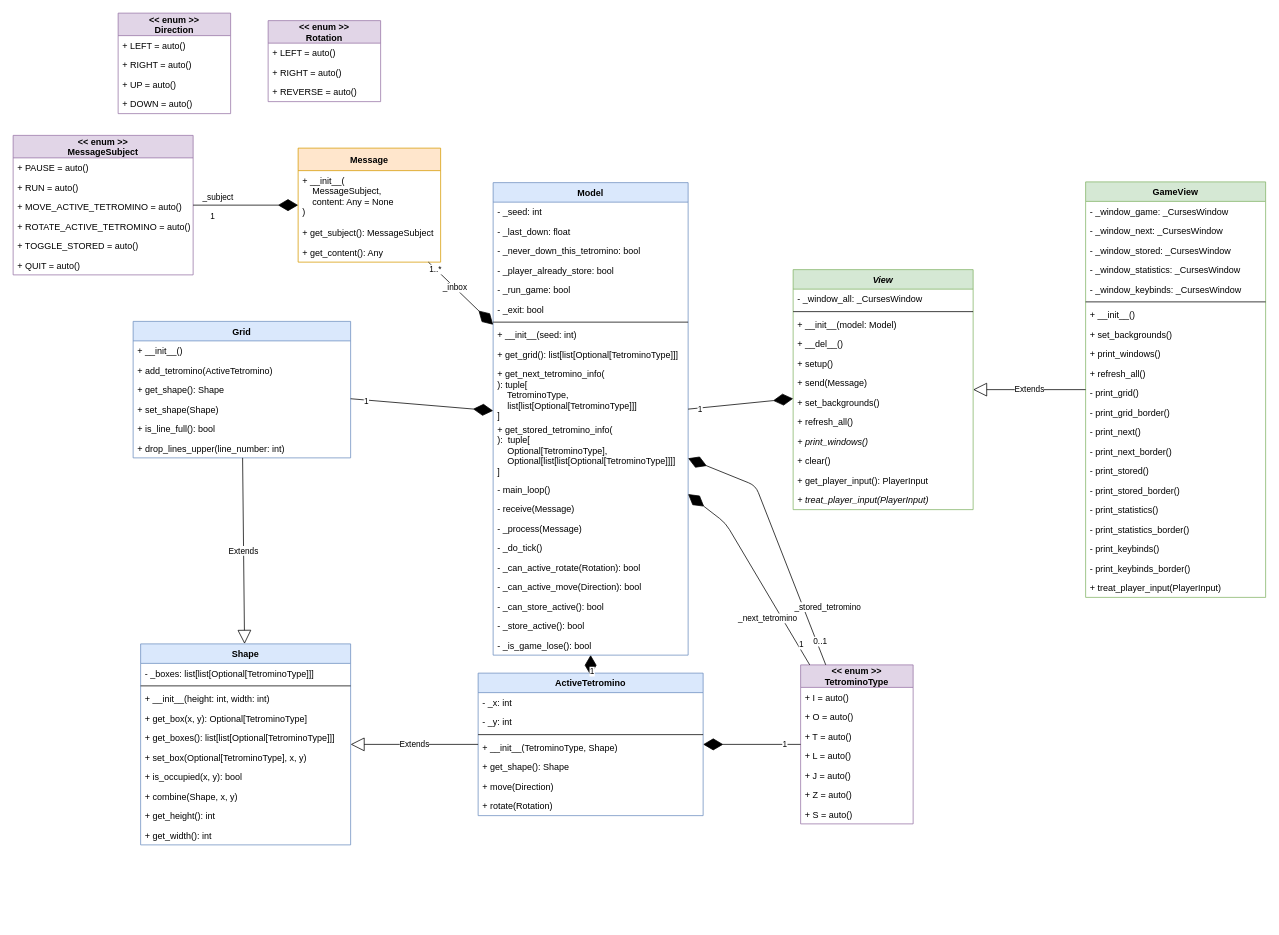
Above: information/class diagram.drawio in le-chartreux/Tertris (draw.io), before the change. Source tidied: cells renumbered, new cells numbered last; positions are measured from the earlier drawing's top-left corner, leaving out a move shared by most shapes. Both pictures are drawn from the tidied source at 75%, with x=0, y=0 at pixel (13, 13).
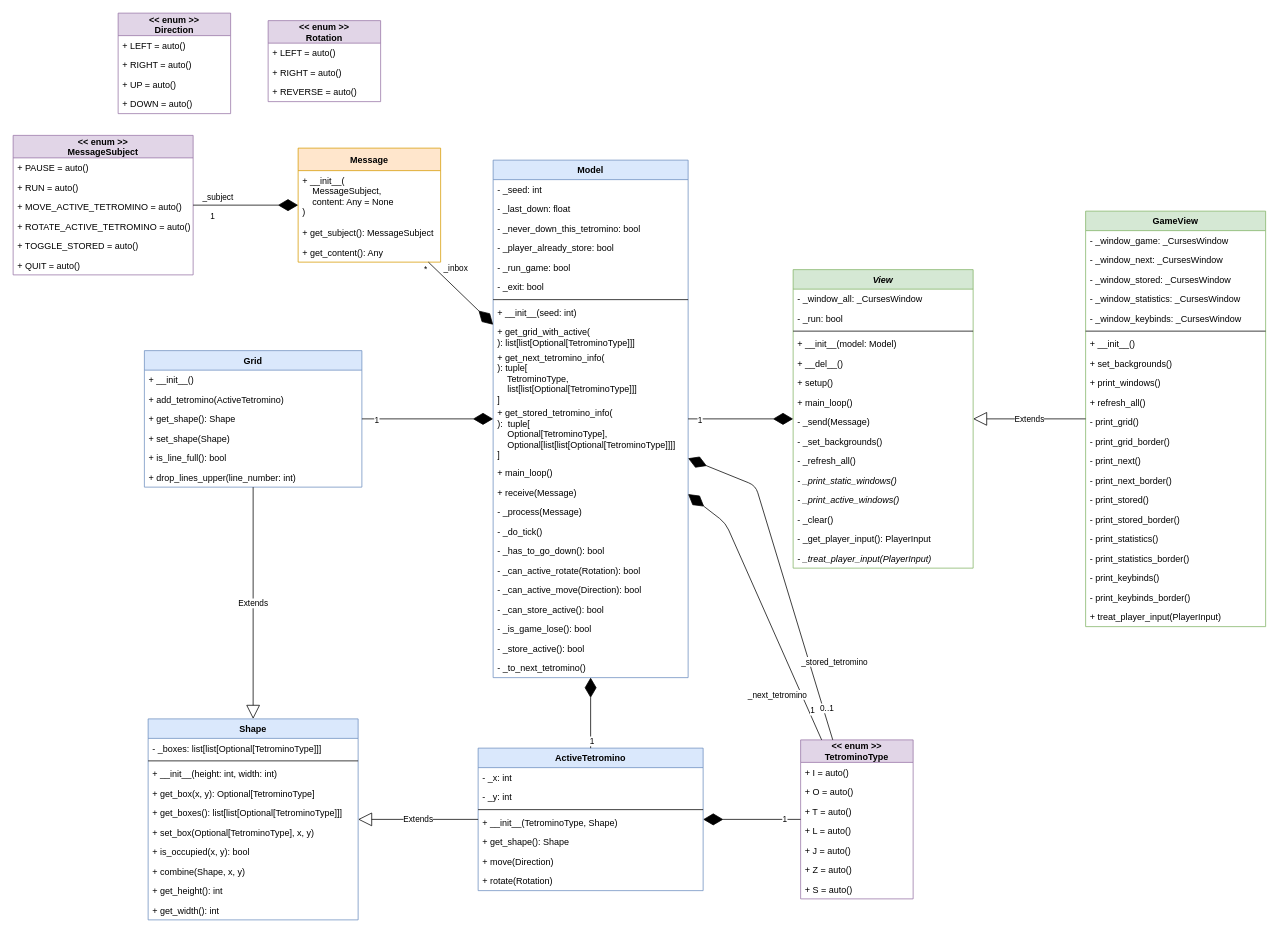
After the change.

Commit message (it also covers changes not shown here):
storing a tetromino now works

Unchanged cells that the change refers to:
```xml
<mxCell id="126" style="endArrow=diamondThin;endFill=1;endSize=24;html=1;" parent="1" edge="1" source="36" target="2">
  <mxGeometry relative="1" as="geometry">
    <Array as="points">
      <mxPoint x="950" y="680" />
    </Array>
  </mxGeometry>
</mxCell>
<mxCell id="132" style="endArrow=diamondThin;endFill=1;endSize=24;html=1;" parent="1" edge="1" source="46" target="2">
  <mxGeometry relative="1" as="geometry" />
</mxCell>
```

The edit, as a diff of the source:
```diff
@@
     <mxCell id="2" value="Model" style="swimlane;fontStyle=1;align=center;verticalAlign=top;horizontal=1;startSize=26;fillColor=#dae8fc;strokeColor=#6c8ebf;" parent="1" vertex="1">
-      <mxGeometry x="640" y="226" width="260" height="630" as="geometry" />
+      <mxGeometry x="640" y="196" width="260" height="690" as="geometry" />
     </mxCell>
@@
-    <mxCell id="11" value="+ get_grid(): list[list[Optional[TetrominoType]]]" style="text;strokeColor=none;fillColor=none;align=left;verticalAlign=top;spacingLeft=4;spacingRight=4;overflow=hidden;" parent="2" vertex="1">
-      <mxGeometry y="216" width="260" height="26" as="geometry" />
+    <mxCell id="11" value="+ get_grid_with_active(&#10;): list[list[Optional[TetrominoType]]]" style="text;strokeColor=none;fillColor=none;align=left;verticalAlign=top;spacingLeft=4;spacingRight=4;overflow=hidden;" parent="2" vertex="1">
+      <mxGeometry y="216" width="260" height="34" as="geometry" />
     </mxCell>
     <mxCell id="12" value="+ get_next_tetromino_info(&#10;): tuple[&#10;    TetrominoType, &#10;    list[list[Optional[TetrominoType]]]&#10;]" style="text;strokeColor=none;fillColor=none;align=left;verticalAlign=top;spacingLeft=4;spacingRight=4;overflow=hidden;" parent="2" vertex="1">
-      <mxGeometry y="242" width="260" height="74" as="geometry" />
+      <mxGeometry y="250" width="260" height="74" as="geometry" />
     </mxCell>
     <mxCell id="13" value="+ get_stored_tetromino_info(&#10;):  tuple[&#10;    Optional[TetrominoType],&#10;    Optional[list[list[Optional[TetrominoType]]]]&#10;]" style="text;strokeColor=none;fillColor=none;align=left;verticalAlign=top;spacingLeft=4;spacingRight=4;overflow=hidden;" parent="2" vertex="1">
-      <mxGeometry y="316" width="260" height="80" as="geometry" />
+      <mxGeometry y="324" width="260" height="80" as="geometry" />
     </mxCell>
-    <mxCell id="14" value="- main_loop()" style="text;strokeColor=none;fillColor=none;align=left;verticalAlign=top;spacingLeft=4;spacingRight=4;overflow=hidden;" parent="2" vertex="1">
-      <mxGeometry y="396" width="260" height="26" as="geometry" />
+    <mxCell id="14" value="+ main_loop()" style="text;strokeColor=none;fillColor=none;align=left;verticalAlign=top;spacingLeft=4;spacingRight=4;overflow=hidden;" parent="2" vertex="1">
+      <mxGeometry y="404" width="260" height="26" as="geometry" />
     </mxCell>
-    <mxCell id="15" value="- receive(Message)" style="text;strokeColor=none;fillColor=none;align=left;verticalAlign=top;spacingLeft=4;spacingRight=4;overflow=hidden;" parent="2" vertex="1">
-      <mxGeometry y="422" width="260" height="26" as="geometry" />
+    <mxCell id="15" value="+ receive(Message)" style="text;strokeColor=none;fillColor=none;align=left;verticalAlign=top;spacingLeft=4;spacingRight=4;overflow=hidden;" parent="2" vertex="1">
+      <mxGeometry y="430" width="260" height="26" as="geometry" />
     </mxCell>
     <mxCell id="16" value="- _process(Message)" style="text;strokeColor=none;fillColor=none;align=left;verticalAlign=top;spacingLeft=4;spacingRight=4;overflow=hidden;" parent="2" vertex="1">
-      <mxGeometry y="448" width="260" height="26" as="geometry" />
+      <mxGeometry y="456" width="260" height="26" as="geometry" />
     </mxCell>
     <mxCell id="17" value="- _do_tick()" style="text;strokeColor=none;fillColor=none;align=left;verticalAlign=top;spacingLeft=4;spacingRight=4;overflow=hidden;" parent="2" vertex="1">
-      <mxGeometry y="474" width="260" height="26" as="geometry" />
+      <mxGeometry y="482" width="260" height="26" as="geometry" />
     </mxCell>
+    <mxCell id="135" value="- _has_to_go_down(): bool" style="text;strokeColor=none;fillColor=none;align=left;verticalAlign=top;spacingLeft=4;spacingRight=4;overflow=hidden;" parent="2" vertex="1">
+      <mxGeometry y="508" width="260" height="26" as="geometry" />
+    </mxCell>
     <mxCell id="18" value="- _can_active_rotate(Rotation): bool" style="text;strokeColor=none;fillColor=none;align=left;verticalAlign=top;spacingLeft=4;spacingRight=4;overflow=hidden;" parent="2" vertex="1">
-      <mxGeometry y="500" width="260" height="26" as="geometry" />
+      <mxGeometry y="534" width="260" height="26" as="geometry" />
     </mxCell>
     <mxCell id="19" value="- _can_active_move(Direction): bool" style="text;strokeColor=none;fillColor=none;align=left;verticalAlign=top;spacingLeft=4;spacingRight=4;overflow=hidden;" parent="2" vertex="1">
-      <mxGeometry y="526" width="260" height="26" as="geometry" />
+      <mxGeometry y="560" width="260" height="26" as="geometry" />
     </mxCell>
     <mxCell id="20" value="- _can_store_active(): bool" style="text;strokeColor=none;fillColor=none;align=left;verticalAlign=top;spacingLeft=4;spacingRight=4;overflow=hidden;" parent="2" vertex="1">
-      <mxGeometry y="552" width="260" height="26" as="geometry" />
+      <mxGeometry y="586" width="260" height="26" as="geometry" />
     </mxCell>
+    <mxCell id="22" value="- _is_game_lose(): bool" style="text;strokeColor=none;fillColor=none;align=left;verticalAlign=top;spacingLeft=4;spacingRight=4;overflow=hidden;" parent="2" vertex="1">
+      <mxGeometry y="612" width="260" height="26" as="geometry" />
+    </mxCell>
     <mxCell id="21" value="- _store_active(): bool" style="text;strokeColor=none;fillColor=none;align=left;verticalAlign=top;spacingLeft=4;spacingRight=4;overflow=hidden;" parent="2" vertex="1">
-      <mxGeometry y="578" width="260" height="26" as="geometry" />
+      <mxGeometry y="638" width="260" height="26" as="geometry" />
     </mxCell>
-    <mxCell id="22" value="- _is_game_lose(): bool" style="text;strokeColor=none;fillColor=none;align=left;verticalAlign=top;spacingLeft=4;spacingRight=4;overflow=hidden;" parent="2" vertex="1">
-      <mxGeometry y="604" width="260" height="26" as="geometry" />
-    </mxCell>
+    <mxCell id="136" value="- _to_next_tetromino()" style="text;strokeColor=none;fillColor=none;align=left;verticalAlign=top;spacingLeft=4;spacingRight=4;overflow=hidden;" parent="2" vertex="1">
+      <mxGeometry y="664" width="260" height="26" as="geometry" />
+    </mxCell>
     <mxCell id="23" value="View" style="swimlane;fontStyle=3;align=center;verticalAlign=top;horizontal=1;startSize=26;fillColor=#d5e8d4;strokeColor=#82b366;" parent="1" vertex="1">
-      <mxGeometry x="1040" y="342" width="240" height="320" as="geometry" />
+      <mxGeometry x="1040" y="342" width="240" height="398" as="geometry" />
     </mxCell>
@@
+    <mxCell id="137" value="- _run: bool" style="text;strokeColor=none;fillColor=none;align=left;verticalAlign=top;spacingLeft=4;spacingRight=4;overflow=hidden;" parent="23" vertex="1">
+      <mxGeometry y="52" width="240" height="26" as="geometry" />
+    </mxCell>
     <mxCell id="25" style="line;strokeWidth=1;fillColor=none;align=left;verticalAlign=middle;spacingTop=-1;spacingLeft=3;spacingRight=3;labelPosition=right;" parent="23" vertex="1">
-      <mxGeometry y="52" width="240" height="8" as="geometry" />
+      <mxGeometry y="78" width="240" height="8" as="geometry" />
     </mxCell>
     <mxCell id="26" value="+ __init__(model: Model)" style="text;strokeColor=none;fillColor=none;align=left;verticalAlign=top;spacingLeft=4;spacingRight=4;overflow=hidden;" parent="23" vertex="1">
-      <mxGeometry y="60" width="240" height="26" as="geometry" />
+      <mxGeometry y="86" width="240" height="26" as="geometry" />
     </mxCell>
     <mxCell id="27" value="+ __del__()" style="text;strokeColor=none;fillColor=none;align=left;verticalAlign=top;spacingLeft=4;spacingRight=4;overflow=hidden;" parent="23" vertex="1">
-      <mxGeometry y="86" width="240" height="26" as="geometry" />
+      <mxGeometry y="112" width="240" height="26" as="geometry" />
     </mxCell>
     <mxCell id="28" value="+ setup()" style="text;strokeColor=none;fillColor=none;align=left;verticalAlign=top;spacingLeft=4;spacingRight=4;overflow=hidden;" parent="23" vertex="1">
-      <mxGeometry y="112" width="240" height="26" as="geometry" />
+      <mxGeometry y="138" width="240" height="26" as="geometry" />
     </mxCell>
+    <mxCell id="138" value="+ main_loop()" style="text;strokeColor=none;fillColor=none;align=left;verticalAlign=top;spacingLeft=4;spacingRight=4;overflow=hidden;" parent="23" vertex="1">
+      <mxGeometry y="164" width="240" height="26" as="geometry" />
+    </mxCell>
-    <mxCell id="29" value="+ send(Message)" style="text;strokeColor=none;fillColor=none;align=left;verticalAlign=top;spacingLeft=4;spacingRight=4;overflow=hidden;" parent="23" vertex="1">
-      <mxGeometry y="138" width="240" height="26" as="geometry" />
+    <mxCell id="29" value="- _send(Message)" style="text;strokeColor=none;fillColor=none;align=left;verticalAlign=top;spacingLeft=4;spacingRight=4;overflow=hidden;" parent="23" vertex="1">
+      <mxGeometry y="190" width="240" height="26" as="geometry" />
     </mxCell>
-    <mxCell id="30" value="+ set_backgrounds()" style="text;strokeColor=none;fillColor=none;align=left;verticalAlign=top;spacingLeft=4;spacingRight=4;overflow=hidden;" parent="23" vertex="1">
-      <mxGeometry y="164" width="240" height="26" as="geometry" />
+    <mxCell id="30" value="- _set_backgrounds()" style="text;strokeColor=none;fillColor=none;align=left;verticalAlign=top;spacingLeft=4;spacingRight=4;overflow=hidden;" parent="23" vertex="1">
+      <mxGeometry y="216" width="240" height="26" as="geometry" />
     </mxCell>
-    <mxCell id="31" value="+ refresh_all()" style="text;strokeColor=none;fillColor=none;align=left;verticalAlign=top;spacingLeft=4;spacingRight=4;overflow=hidden;" parent="23" vertex="1">
-      <mxGeometry y="190" width="240" height="26" as="geometry" />
+    <mxCell id="31" value="- _refresh_all()" style="text;strokeColor=none;fillColor=none;align=left;verticalAlign=top;spacingLeft=4;spacingRight=4;overflow=hidden;" parent="23" vertex="1">
+      <mxGeometry y="242" width="240" height="26" as="geometry" />
     </mxCell>
-    <mxCell id="32" value="+ print_windows()" style="text;strokeColor=none;fillColor=none;align=left;verticalAlign=top;spacingLeft=4;spacingRight=4;overflow=hidden;fontStyle=2;" parent="23" vertex="1">
-      <mxGeometry y="216" width="240" height="26" as="geometry" />
+    <mxCell id="32" value="- _print_static_windows()" style="text;strokeColor=none;fillColor=none;align=left;verticalAlign=top;spacingLeft=4;spacingRight=4;overflow=hidden;fontStyle=2;" parent="23" vertex="1">
+      <mxGeometry y="268" width="240" height="26" as="geometry" />
     </mxCell>
+    <mxCell id="139" value="- _print_active_windows()" style="text;strokeColor=none;fillColor=none;align=left;verticalAlign=top;spacingLeft=4;spacingRight=4;overflow=hidden;fontStyle=2;" parent="23" vertex="1">
+      <mxGeometry y="294" width="240" height="26" as="geometry" />
+    </mxCell>
-    <mxCell id="33" value="+ clear()" style="text;strokeColor=none;fillColor=none;align=left;verticalAlign=top;spacingLeft=4;spacingRight=4;overflow=hidden;" parent="23" vertex="1">
-      <mxGeometry y="242" width="240" height="26" as="geometry" />
+    <mxCell id="33" value="- _clear()" style="text;strokeColor=none;fillColor=none;align=left;verticalAlign=top;spacingLeft=4;spacingRight=4;overflow=hidden;" parent="23" vertex="1">
+      <mxGeometry y="320" width="240" height="26" as="geometry" />
     </mxCell>
-    <mxCell id="34" value="+ get_player_input(): PlayerInput" style="text;strokeColor=none;fillColor=none;align=left;verticalAlign=top;spacingLeft=4;spacingRight=4;overflow=hidden;" parent="23" vertex="1">
-      <mxGeometry y="268" width="240" height="26" as="geometry" />
+    <mxCell id="34" value="- _get_player_input(): PlayerInput" style="text;strokeColor=none;fillColor=none;align=left;verticalAlign=top;spacingLeft=4;spacingRight=4;overflow=hidden;" parent="23" vertex="1">
+      <mxGeometry y="346" width="240" height="26" as="geometry" />
     </mxCell>
-    <mxCell id="35" value="+ treat_player_input(PlayerInput)" style="text;strokeColor=none;fillColor=none;align=left;verticalAlign=top;spacingLeft=4;spacingRight=4;overflow=hidden;fontStyle=2;" parent="23" vertex="1">
-      <mxGeometry y="294" width="240" height="26" as="geometry" />
+    <mxCell id="35" value="- _treat_player_input(PlayerInput)" style="text;strokeColor=none;fillColor=none;align=left;verticalAlign=top;spacingLeft=4;spacingRight=4;overflow=hidden;fontStyle=2;" parent="23" vertex="1">
+      <mxGeometry y="372" width="240" height="26" as="geometry" />
     </mxCell>
     <mxCell id="36" value="&lt;&lt; enum &gt;&gt;&#10;TetrominoType" style="swimlane;fontStyle=1;horizontal=1;startSize=30;fillColor=#e1d5e7;rounded=0;strokeColor=#9673a6;" parent="1" vertex="1">
-      <mxGeometry x="1050" y="869" width="150" height="212" as="geometry" />
+      <mxGeometry x="1050" y="969" width="150" height="212" as="geometry" />
     </mxCell>
@@
     <mxCell id="59" value="Grid" style="swimlane;fontStyle=1;align=center;verticalAlign=top;horizontal=1;startSize=26;fillColor=#dae8fc;strokeColor=#6c8ebf;" parent="1" vertex="1">
-      <mxGeometry x="160" y="411" width="290" height="182" as="geometry" />
+      <mxGeometry x="175" y="450" width="290" height="182" as="geometry" />
     </mxCell>
@@
     <mxCell id="68" value="ActiveTetromino" style="swimlane;fontStyle=1;align=center;verticalAlign=top;horizontal=1;startSize=26;fillColor=#dae8fc;strokeColor=#6c8ebf;" parent="1" vertex="1">
-      <mxGeometry x="620" y="880" width="300" height="190" as="geometry" />
+      <mxGeometry x="620" y="980" width="300" height="190" as="geometry" />
     </mxCell>
@@
     <mxCell id="81" value="Shape" style="swimlane;fontStyle=1;horizontal=1;startSize=26;fillColor=#dae8fc;strokeColor=#6c8ebf;" parent="1" vertex="1">
-      <mxGeometry x="170" y="841" width="280" height="268" as="geometry" />
+      <mxGeometry x="180" y="941" width="280" height="268" as="geometry" />
     </mxCell>
@@
     <mxCell id="102" value="GameView" style="swimlane;fontStyle=1;align=center;verticalAlign=top;horizontal=1;startSize=26;fillColor=#d5e8d4;strokeColor=#82b366;" parent="1" vertex="1">
-      <mxGeometry x="1430" y="225" width="240" height="554" as="geometry" />
+      <mxGeometry x="1430" y="264" width="240" height="554" as="geometry" />
     </mxCell>
@@
     <mxCell id="128" value="_next_tetromino" style="edgeLabel;html=1;align=center;verticalAlign=middle;" parent="126" vertex="1">
       <mxGeometry x="-0.47" y="-1" relative="1" as="geometry">
-        <mxPoint x="-19.1" y="2.1" as="offset" />
+        <mxPoint x="-19.1" y="32.1" as="offset" />
       </mxGeometry>
     </mxCell>
@@
-    <mxCell id="133" value="1..*" style="edgeLabel;html=1;align=center;verticalAlign=middle;" parent="132" vertex="1">
-      <mxGeometry x="-0.78" y="-1" relative="1" as="geometry" />
+    <mxCell id="133" value="*" style="edgeLabel;html=1;align=center;verticalAlign=middle;" parent="132" vertex="1">
+      <mxGeometry x="-0.78" y="-1" relative="1" as="geometry">
+        <mxPoint x="-12.5" as="offset" />
+      </mxGeometry>
     </mxCell>
     <mxCell id="134" value="_inbox" style="edgeLabel;html=1;align=center;verticalAlign=middle;" parent="132" vertex="1">
-      <mxGeometry x="-0.2" relative="1" as="geometry" />
+      <mxGeometry x="-0.2" relative="1" as="geometry">
+        <mxPoint x="1.8" y="-25.6" as="offset" />
+      </mxGeometry>
     </mxCell>
```
